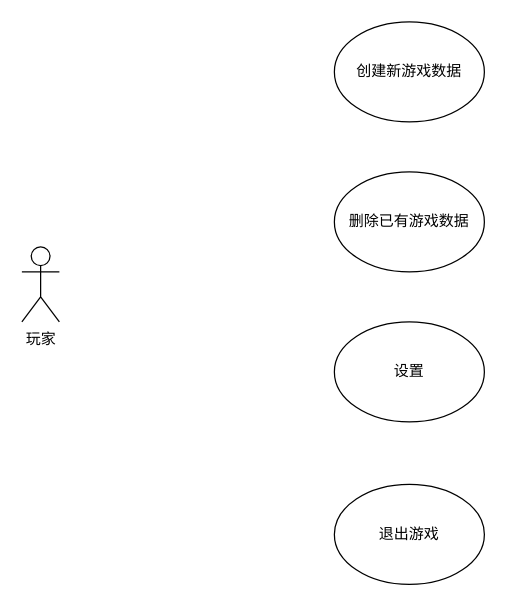
lvxingzhe32/IDLE-Game keeps this draw.io diagram as Drawio/UseCaseDiagram.drawio. Above is the earlier version. Source tidied: cells renumbered, new cells numbered last; positions are measured from the earlier drawing's top-left corner, leaving out a move shared by most shapes. Both pictures are drawn from the tidied source at 125%, with x=0, y=0 at pixel (21, 21).
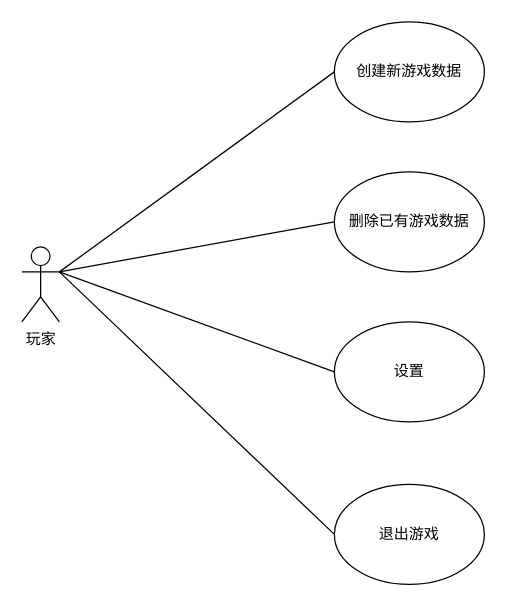
After the change.

The edit, as a diff of the source:
```diff
@@
 <mxGraphModel>
   <root>
     <mxCell id="0" />
     <mxCell id="1" parent="0" />
     <mxCell id="2" value="玩家" style="shape=umlActor;verticalLabelPosition=bottom;verticalAlign=top;html=1;outlineConnect=0;labelPosition=center;align=center;" parent="1" vertex="1">
       <mxGeometry y="180" width="30" height="60" as="geometry" />
     </mxCell>
     <mxCell id="3" value="创建新游戏数据" style="ellipse;whiteSpace=wrap;html=1;" parent="1" vertex="1">
       <mxGeometry x="250" width="120" height="80" as="geometry" />
     </mxCell>
     <mxCell id="4" value="删除已有游戏数据" style="ellipse;whiteSpace=wrap;html=1;" parent="1" vertex="1">
       <mxGeometry x="250" y="120" width="120" height="80" as="geometry" />
     </mxCell>
     <mxCell id="5" value="设置" style="ellipse;whiteSpace=wrap;html=1;" parent="1" vertex="1">
       <mxGeometry x="250" y="240" width="120" height="80" as="geometry" />
     </mxCell>
     <mxCell id="6" value="退出游戏" style="ellipse;whiteSpace=wrap;html=1;" parent="1" vertex="1">
       <mxGeometry x="250" y="370" width="120" height="80" as="geometry" />
     </mxCell>
+    <mxCell id="7" style="endArrow=none;html=1;rounded=0;exitX=1;exitY=0.3333333333333333;exitDx=0;exitDy=0;exitPerimeter=0;entryX=0;entryY=0.5;entryDx=0;entryDy=0;" parent="1" edge="1" source="2" target="3">
+      <mxGeometry relative="1" as="geometry" />
+    </mxCell>
+    <mxCell id="8" style="endArrow=none;html=1;rounded=0;exitX=1;exitY=0.3333333333333333;exitDx=0;exitDy=0;exitPerimeter=0;entryX=0;entryY=0.5;entryDx=0;entryDy=0;" parent="1" edge="1" source="2" target="4">
+      <mxGeometry relative="1" as="geometry" />
+    </mxCell>
+    <mxCell id="9" style="endArrow=none;html=1;rounded=0;entryX=0;entryY=0.5;entryDx=0;entryDy=0;" parent="1" edge="1" target="5">
+      <mxGeometry relative="1" as="geometry">
+        <mxPoint x="30" y="200" as="sourcePoint" />
+      </mxGeometry>
+    </mxCell>
+    <mxCell id="10" style="endArrow=none;html=1;rounded=0;entryX=0;entryY=0.5;entryDx=0;entryDy=0;" parent="1" edge="1" target="6">
+      <mxGeometry relative="1" as="geometry">
+        <mxPoint x="30" y="200" as="sourcePoint" />
+      </mxGeometry>
+    </mxCell>
   </root>
 </mxGraphModel>
```
